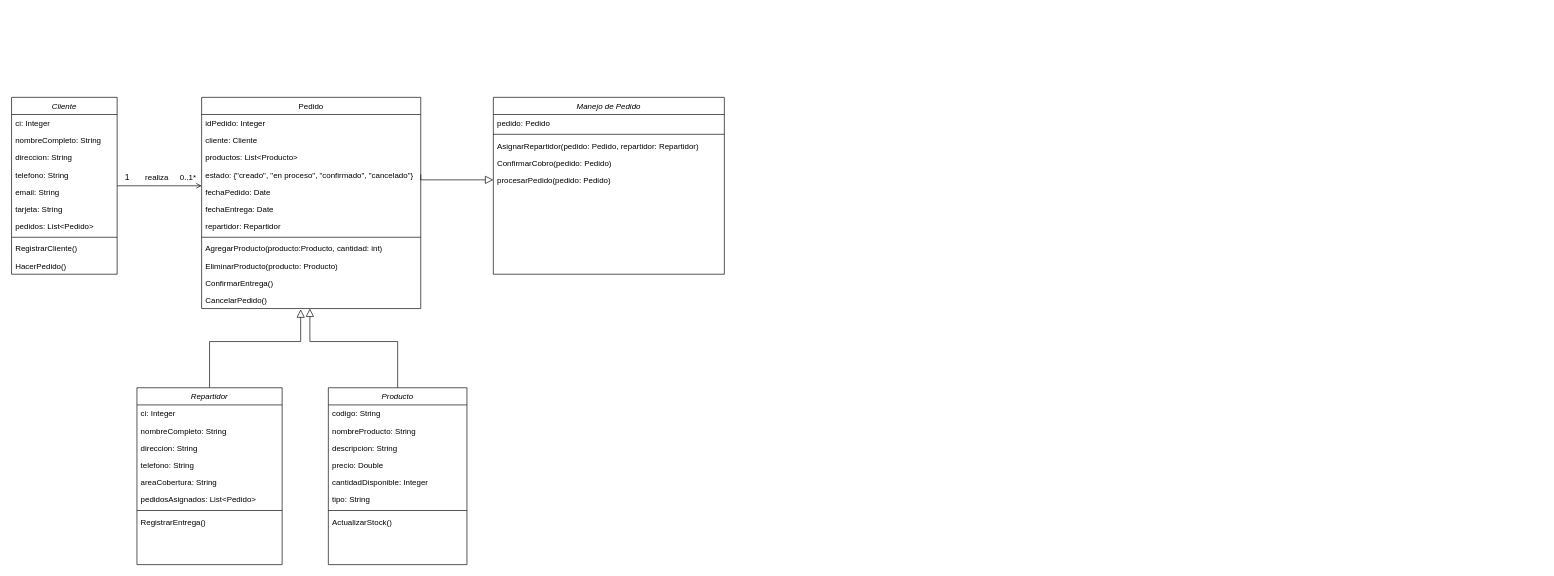
This is comple.drawio from TP-SE1/TP_SOS-UC, a draw.io file, before an edit. Source tidied: cells renumbered, new cells numbered last; positions are measured from the earlier drawing's top-left corner, leaving out a move shared by most shapes. Both pictures are drawn from the tidied source at 66%, with x=0, y=0 at pixel (11, 97).
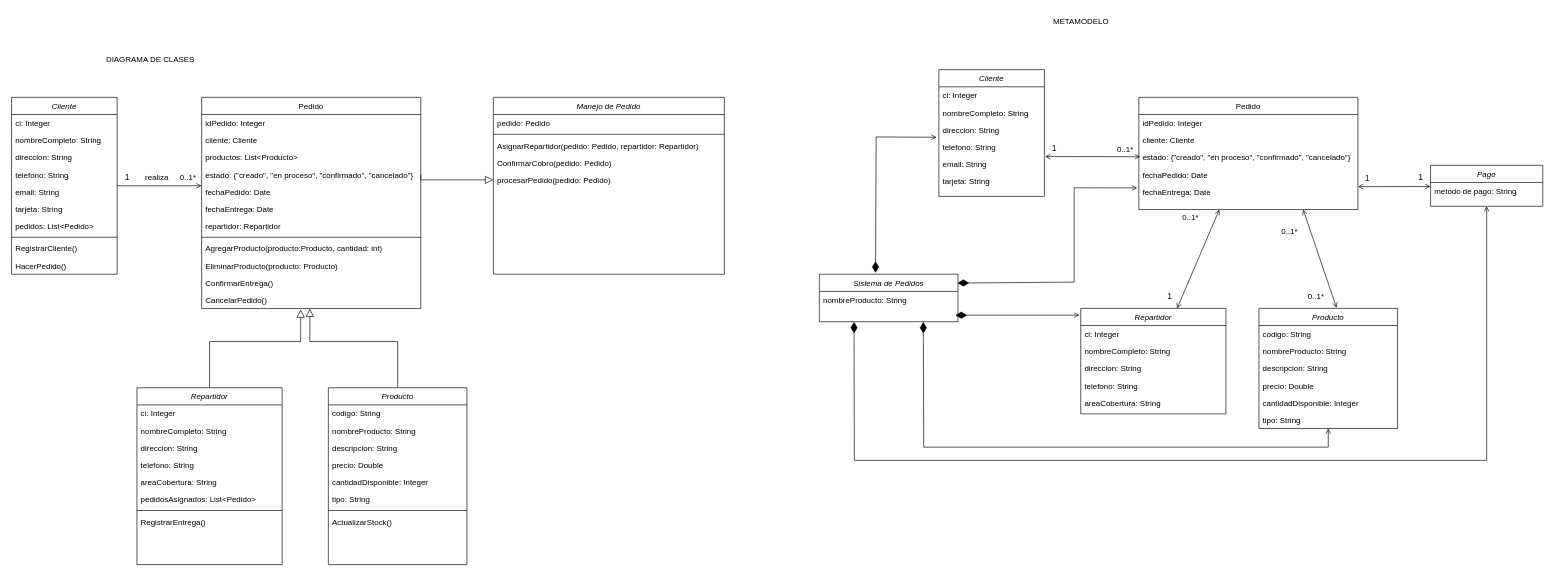
Above is the later version.

What changed in the source:
```diff
@@
+    <mxCell id="57" value="Cliente" style="swimlane;fontStyle=2;align=center;verticalAlign=top;horizontal=1;startSize=26;rounded=0;shadow=0;strokeWidth=1;" parent="1" vertex="1">
+      <mxGeometry x="1405" y="-42" width="160" height="192" as="geometry" />
+    </mxCell>
+    <mxCell id="58" value="ci: Integer" style="text;align=left;verticalAlign=top;spacingLeft=4;spacingRight=4;overflow=hidden;rounded=0;shadow=0;html=0;" parent="57" vertex="1">
+      <mxGeometry y="26" width="160" height="26" as="geometry" />
+    </mxCell>
+    <mxCell id="59" value="nombreCompleto: String" style="text;align=left;verticalAlign=top;spacingLeft=4;spacingRight=4;overflow=hidden;" parent="57" vertex="1">
+      <mxGeometry y="52" width="160" height="26" as="geometry" />
+    </mxCell>
+    <mxCell id="60" value="direccion: String" style="text;align=left;verticalAlign=top;spacingLeft=4;spacingRight=4;overflow=hidden;rounded=0;shadow=0;html=0;" parent="57" vertex="1">
+      <mxGeometry y="78" width="160" height="26" as="geometry" />
+    </mxCell>
+    <mxCell id="61" value="telefono: String" style="text;align=left;verticalAlign=top;spacingLeft=4;spacingRight=4;overflow=hidden;points=[[0,0.5],[1,0.5]];portConstraint=eastwest;rounded=0;shadow=0;html=0;" parent="57" vertex="1">
+      <mxGeometry y="104" width="160" height="26" as="geometry" />
+    </mxCell>
+    <mxCell id="62" value="email: String" style="text;align=left;verticalAlign=top;spacingLeft=4;spacingRight=4;overflow=hidden;points=[[0,0.5],[1,0.5]];portConstraint=eastwest;rounded=0;shadow=0;html=0;" parent="57" vertex="1">
+      <mxGeometry y="130" width="160" height="26" as="geometry" />
+    </mxCell>
+    <mxCell id="63" value="tarjeta: String" style="text;align=left;verticalAlign=top;spacingLeft=4;spacingRight=4;overflow=hidden;rounded=0;shadow=0;html=0;" parent="57" vertex="1">
+      <mxGeometry y="156" width="160" height="26" as="geometry" />
+    </mxCell>
+    <mxCell id="64" value="Pedido" style="swimlane;fontStyle=0;align=center;verticalAlign=top;horizontal=1;startSize=26;rounded=0;shadow=0;strokeWidth=1;" parent="1" vertex="1">
+      <mxGeometry x="1708" width="332" height="170" as="geometry" />
+    </mxCell>
+    <mxCell id="65" value="idPedido: Integer" style="text;align=left;verticalAlign=top;spacingLeft=4;spacingRight=4;overflow=hidden;" parent="64" vertex="1">
+      <mxGeometry y="26" width="332" height="26" as="geometry" />
+    </mxCell>
+    <mxCell id="66" value="cliente: Cliente" style="text;align=left;verticalAlign=top;spacingLeft=4;spacingRight=4;overflow=hidden;rounded=0;shadow=0;html=0;" parent="64" vertex="1">
+      <mxGeometry y="52" width="332" height="26" as="geometry" />
+    </mxCell>
+    <mxCell id="67" value="estado: {&quot;creado&quot;, &quot;en proceso&quot;, &quot;confirmado&quot;, &quot;cancelado&quot;}" style="text;align=left;verticalAlign=top;spacingLeft=4;spacingRight=4;overflow=hidden;rounded=0;shadow=0;html=0;" parent="64" vertex="1">
+      <mxGeometry y="78" width="332" height="26" as="geometry" />
+    </mxCell>
+    <mxCell id="68" value="fechaPedido: Date" style="text;align=left;verticalAlign=top;spacingLeft=4;spacingRight=4;overflow=hidden;rounded=0;shadow=0;html=0;" parent="64" vertex="1">
+      <mxGeometry y="104" width="332" height="26" as="geometry" />
+    </mxCell>
+    <mxCell id="69" value="fechaEntrega: Date" style="text;align=left;verticalAlign=top;spacingLeft=4;spacingRight=4;overflow=hidden;points=[[0,0.5],[1,0.5]];portConstraint=eastwest;rounded=0;shadow=0;html=0;" parent="64" vertex="1">
+      <mxGeometry y="130" width="332" height="26" as="geometry" />
+    </mxCell>
+    <mxCell id="70" style="endArrow=open;shadow=0;strokeWidth=1;rounded=0;curved=0;endFill=1;edgeStyle=elbowEdgeStyle;elbow=vertical;strokeColor=#FFFFFF;" parent="1" edge="1">
+      <mxGeometry x="0.5" y="41" relative="1" as="geometry">
+        <mxPoint x="1565" y="90.3" as="sourcePoint" />
+        <mxPoint x="1708" y="90.3" as="targetPoint" />
+        <mxPoint x="-40" y="32" as="offset" />
+      </mxGeometry>
+    </mxCell>
+    <mxCell id="71" value="1" style="align=left;verticalAlign=bottom;labelBackgroundColor=none;fontSize=13;" parent="70" vertex="1">
+      <mxGeometry x="-1" relative="1" as="geometry">
+        <mxPoint x="10" y="-4" as="offset" />
+      </mxGeometry>
+    </mxCell>
+    <mxCell id="72" value="0..1*" style="align=right;verticalAlign=bottom;labelBackgroundColor=none;fontSize=12;" parent="70" vertex="1">
+      <mxGeometry x="1" relative="1" as="geometry">
+        <mxPoint x="-7" y="-4" as="offset" />
+      </mxGeometry>
+    </mxCell>
+    <mxCell id="73" value="0..1*" style="align=right;verticalAlign=bottom;labelBackgroundColor=none;fontSize=12;" parent="70" vertex="1">
+      <mxGeometry x="1" relative="1" as="geometry">
+        <mxPoint x="92" y="100" as="offset" />
+      </mxGeometry>
+    </mxCell>
+    <mxCell id="74" value="1" style="align=left;verticalAlign=bottom;labelBackgroundColor=none;fontSize=13;" parent="70" vertex="1">
+      <mxGeometry x="-1" relative="1" as="geometry">
+        <mxPoint x="185" y="220" as="offset" />
+      </mxGeometry>
+    </mxCell>
+    <mxCell id="75" value="0..1*" style="align=right;verticalAlign=bottom;labelBackgroundColor=none;fontSize=12;" parent="70" vertex="1">
+      <mxGeometry x="1" relative="1" as="geometry">
+        <mxPoint x="242" y="121" as="offset" />
+      </mxGeometry>
+    </mxCell>
+    <mxCell id="76" value="0..1*" style="align=right;verticalAlign=bottom;labelBackgroundColor=none;fontSize=12;" parent="70" vertex="1">
+      <mxGeometry x="1" relative="1" as="geometry">
+        <mxPoint x="282" y="220" as="offset" />
+      </mxGeometry>
+    </mxCell>
+    <mxCell id="77" value="1" style="align=left;verticalAlign=bottom;labelBackgroundColor=none;fontSize=13;" parent="70" vertex="1">
+      <mxGeometry x="-1" relative="1" as="geometry">
+        <mxPoint x="484" y="41" as="offset" />
+      </mxGeometry>
+    </mxCell>
+    <mxCell id="78" value="1" style="align=left;verticalAlign=bottom;labelBackgroundColor=none;fontSize=13;" parent="70" vertex="1">
+      <mxGeometry x="-1" relative="1" as="geometry">
+        <mxPoint x="565" y="40" as="offset" />
+      </mxGeometry>
+    </mxCell>
+    <mxCell id="79" value="Repartidor" style="swimlane;fontStyle=2;align=center;verticalAlign=top;horizontal=1;startSize=26;rounded=0;shadow=0;strokeWidth=1;" parent="1" vertex="1">
+      <mxGeometry x="1620" y="319.7" width="220" height="160" as="geometry" />
+    </mxCell>
+    <mxCell id="80" value="ci: Integer" style="text;align=left;verticalAlign=top;spacingLeft=4;spacingRight=4;overflow=hidden;rounded=0;shadow=0;html=0;" parent="79" vertex="1">
+      <mxGeometry y="26" width="220" height="26" as="geometry" />
+    </mxCell>
+    <mxCell id="81" value="nombreCompleto: String" style="text;align=left;verticalAlign=top;spacingLeft=4;spacingRight=4;overflow=hidden;" parent="79" vertex="1">
+      <mxGeometry y="52" width="220" height="26" as="geometry" />
+    </mxCell>
+    <mxCell id="82" value="direccion: String" style="text;align=left;verticalAlign=top;spacingLeft=4;spacingRight=4;overflow=hidden;rounded=0;shadow=0;html=0;" parent="79" vertex="1">
+      <mxGeometry y="78" width="220" height="26" as="geometry" />
+    </mxCell>
+    <mxCell id="83" value="telefono: String" style="text;align=left;verticalAlign=top;spacingLeft=4;spacingRight=4;overflow=hidden;rounded=0;shadow=0;html=0;" parent="79" vertex="1">
+      <mxGeometry y="104" width="220" height="26" as="geometry" />
+    </mxCell>
+    <mxCell id="84" value="areaCobertura: String" style="text;align=left;verticalAlign=top;spacingLeft=4;spacingRight=4;overflow=hidden;rounded=0;shadow=0;html=0;" parent="79" vertex="1">
+      <mxGeometry y="130" width="220" height="26" as="geometry" />
+    </mxCell>
+    <mxCell id="85" value="Producto" style="swimlane;fontStyle=2;align=center;verticalAlign=top;horizontal=1;startSize=26;rounded=0;shadow=0;strokeWidth=1;" parent="1" vertex="1">
+      <mxGeometry x="1890" y="319.7" width="210" height="182" as="geometry" />
+    </mxCell>
+    <mxCell id="86" value="codigo: String" style="text;align=left;verticalAlign=top;spacingLeft=4;spacingRight=4;overflow=hidden;rounded=0;shadow=0;html=0;" parent="85" vertex="1">
+      <mxGeometry y="26" width="210" height="26" as="geometry" />
+    </mxCell>
+    <mxCell id="87" value="nombreProducto: String" style="text;align=left;verticalAlign=top;spacingLeft=4;spacingRight=4;overflow=hidden;" parent="85" vertex="1">
+      <mxGeometry y="52" width="210" height="26" as="geometry" />
+    </mxCell>
+    <mxCell id="88" value="descripcion: String" style="text;align=left;verticalAlign=top;spacingLeft=4;spacingRight=4;overflow=hidden;rounded=0;shadow=0;html=0;" parent="85" vertex="1">
+      <mxGeometry y="78" width="210" height="26" as="geometry" />
+    </mxCell>
+    <mxCell id="89" value="precio: Double" style="text;align=left;verticalAlign=top;spacingLeft=4;spacingRight=4;overflow=hidden;rounded=0;shadow=0;html=0;" parent="85" vertex="1">
+      <mxGeometry y="104" width="210" height="26" as="geometry" />
+    </mxCell>
+    <mxCell id="90" value="cantidadDisponible: Integer" style="text;align=left;verticalAlign=top;spacingLeft=4;spacingRight=4;overflow=hidden;rounded=0;shadow=0;html=0;" parent="85" vertex="1">
+      <mxGeometry y="130" width="210" height="26" as="geometry" />
+    </mxCell>
+    <mxCell id="91" value="tipo: String" style="text;align=left;verticalAlign=top;spacingLeft=4;spacingRight=4;overflow=hidden;points=[[0,0.5],[1,0.5]];portConstraint=eastwest;rounded=0;shadow=0;html=0;" parent="85" vertex="1">
+      <mxGeometry y="156" width="210" height="26" as="geometry" />
+    </mxCell>
+    <mxCell id="92" value="Pago" style="swimlane;fontStyle=2;align=center;verticalAlign=top;horizontal=1;startSize=26;rounded=0;shadow=0;strokeWidth=1;" parent="1" vertex="1">
+      <mxGeometry x="2150" y="103" width="170" height="62" as="geometry" />
+    </mxCell>
+    <mxCell id="93" value="metodo de pago: String" style="text;align=left;verticalAlign=top;spacingLeft=4;spacingRight=4;overflow=hidden;rounded=0;shadow=0;html=0;" parent="92" vertex="1">
+      <mxGeometry y="26" width="170" height="26" as="geometry" />
+    </mxCell>
+    <mxCell id="94" value="METAMODELO" style="text;html=1;align=center;verticalAlign=middle;strokeColor=none;fillColor=none;" parent="1" vertex="1">
+      <mxGeometry x="1565" y="-130" width="110" height="30" as="geometry" />
+    </mxCell>
+    <mxCell id="95" value="DIAGRAMA DE CLASES" style="text;html=1;align=center;verticalAlign=middle;strokeColor=none;fillColor=none;" parent="1" vertex="1">
+      <mxGeometry x="130" y="-72" width="160" height="30" as="geometry" />
+    </mxCell>
+    <mxCell id="96" value="Sistema de Pedidos" style="swimlane;fontStyle=2;align=center;verticalAlign=top;horizontal=1;startSize=26;rounded=0;shadow=0;strokeWidth=1;" parent="1" vertex="1">
+      <mxGeometry x="1224" y="268" width="210" height="72" as="geometry" />
+    </mxCell>
+    <mxCell id="97" value="nombreProducto: String" style="text;align=left;verticalAlign=top;spacingLeft=4;spacingRight=4;overflow=hidden;" parent="96" vertex="1">
+      <mxGeometry y="26" width="210" height="26" as="geometry" />
+    </mxCell>
+    <mxCell id="98" style="endArrow=open;startArrow=open;html=1;rounded=0;exitX=0.663;exitY=0.002;exitDx=0;exitDy=0;exitPerimeter=0;startFill=0;endFill=0;" parent="1" edge="1" source="79">
+      <mxGeometry relative="1" as="geometry">
+        <mxPoint x="1830" y="170" as="targetPoint" />
+      </mxGeometry>
+    </mxCell>
+    <mxCell id="99" style="endArrow=open;startArrow=open;html=1;rounded=0;exitX=0.56;exitY=-0.004;exitDx=0;exitDy=0;exitPerimeter=0;entryX=0.75;entryY=1;entryDx=0;entryDy=0;startFill=0;endFill=0;" parent="1" edge="1" source="85" target="64">
+      <mxGeometry relative="1" as="geometry" />
+    </mxCell>
+    <mxCell id="100" style="endArrow=open;startArrow=open;html=1;rounded=0;exitX=1.005;exitY=0.064;exitDx=0;exitDy=0;exitPerimeter=0;startFill=0;endFill=0;" parent="1" edge="1" source="62">
+      <mxGeometry relative="1" as="geometry">
+        <mxPoint x="1710" y="90" as="targetPoint" />
+      </mxGeometry>
+    </mxCell>
+    <mxCell id="101" style="endArrow=open;startArrow=open;html=1;rounded=0;exitX=1.005;exitY=0.064;exitDx=0;exitDy=0;exitPerimeter=0;startFill=0;endFill=0;" parent="1" edge="1">
+      <mxGeometry relative="1" as="geometry">
+        <mxPoint x="2040" y="135.3" as="sourcePoint" />
+        <mxPoint x="2150" y="135" as="targetPoint" />
+      </mxGeometry>
+    </mxCell>
+    <mxCell id="102" style="endArrow=diamondThin;startArrow=open;html=1;rounded=0;exitX=-0.021;exitY=-0.058;exitDx=0;exitDy=0;exitPerimeter=0;startFill=0;endFill=1;endSize=15;entryX=0.405;entryY=-0.028;entryDx=0;entryDy=0;entryPerimeter=0;" parent="1" edge="1" source="61" target="96">
+      <mxGeometry relative="1" as="geometry">
+        <Array as="points">
+          <mxPoint x="1310" y="60" />
+        </Array>
+      </mxGeometry>
+    </mxCell>
+    <mxCell id="103" style="endArrow=diamondThin;startArrow=open;html=1;rounded=0;exitX=-0.007;exitY=0.276;exitDx=0;exitDy=0;exitPerimeter=0;startFill=0;endFill=1;endSize=15;entryX=0.996;entryY=0.185;entryDx=0;entryDy=0;entryPerimeter=0;" parent="1" edge="1" source="69" target="96">
+      <mxGeometry relative="1" as="geometry">
+        <Array as="points">
+          <mxPoint x="1610" y="137" />
+          <mxPoint x="1610" y="280" />
+        </Array>
+      </mxGeometry>
+    </mxCell>
+    <mxCell id="104" style="endArrow=diamondThin;startArrow=open;html=1;rounded=0;startFill=0;endFill=1;endSize=15;" parent="1" edge="1">
+      <mxGeometry relative="1" as="geometry">
+        <mxPoint x="1618" y="330" as="sourcePoint" />
+        <mxPoint x="1430" y="330" as="targetPoint" />
+      </mxGeometry>
+    </mxCell>
+    <mxCell id="105" style="endArrow=diamondThin;startArrow=open;html=1;rounded=0;startFill=0;endFill=1;endSize=15;entryX=0.75;entryY=1;entryDx=0;entryDy=0;" parent="1" edge="1" source="91" target="96">
+      <mxGeometry relative="1" as="geometry">
+        <Array as="points">
+          <mxPoint x="1995" y="530" />
+          <mxPoint x="1382" y="530" />
+        </Array>
+      </mxGeometry>
+    </mxCell>
+    <mxCell id="106" style="endArrow=diamondThin;startArrow=open;html=1;rounded=0;startFill=0;endFill=1;endSize=15;exitX=0.5;exitY=1;exitDx=0;exitDy=0;entryX=0.25;entryY=1;entryDx=0;entryDy=0;" parent="1" edge="1" source="92" target="96">
+      <mxGeometry relative="1" as="geometry">
+        <Array as="points">
+          <mxPoint x="2235" y="550" />
+          <mxPoint x="1277" y="550" />
+        </Array>
+      </mxGeometry>
+    </mxCell>
```
